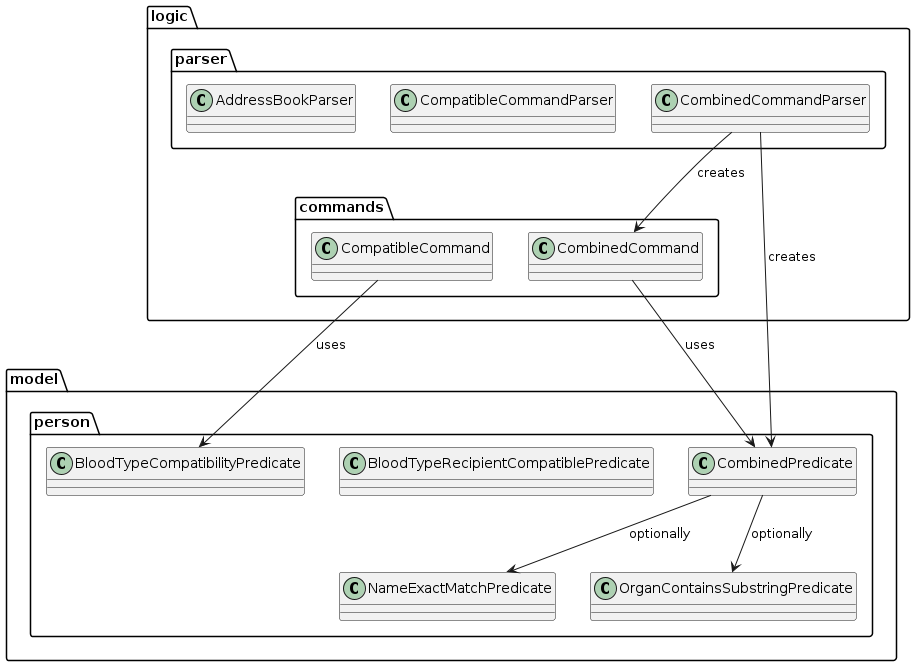
The PlantUML diagram diagrams/CombinedCompatibleClassDiagram.png in IsaiahToh/tp, before a commit. Its source is kept beside it as diagrams/CombinedCompatibleClassDiagram.puml.
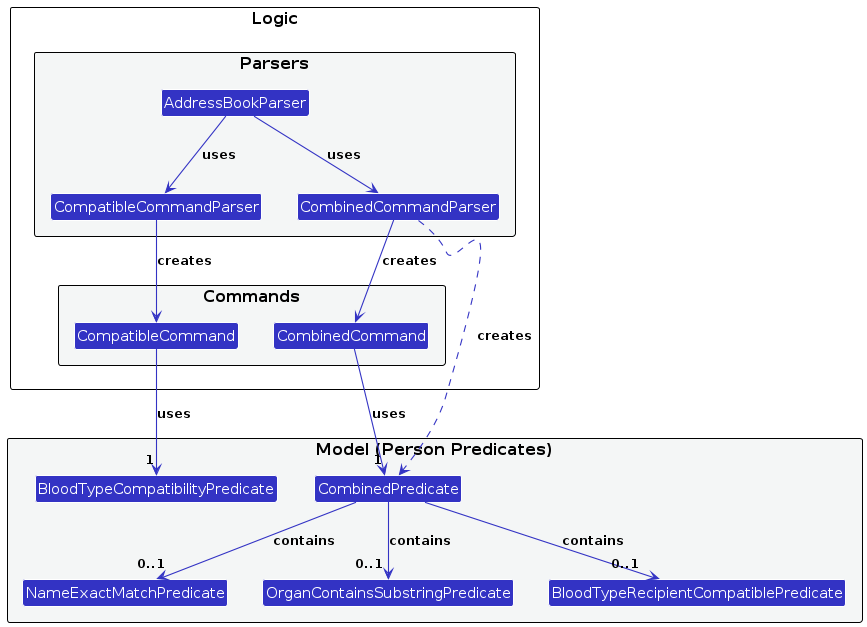
Above is the later version.

What changed in the source:
```diff
@@ -1,31 +1,43 @@
 @startuml
-skinparam classAttributeIconSize 0
+!include style.puml
+skinparam arrowThickness 1.1
+skinparam arrowColor LOGIC_COLOR
+skinparam classBackgroundColor LOGIC_COLOR
 
-package "logic.commands" {
-  class CombinedCommand
-  class CompatibleCommand
+package Logic as LogicPackage {
+
+package "Commands" #F4F6F6 {
+Class CombinedCommand
+Class CompatibleCommand
 }
 
-package "logic.parser" {
-  class CombinedCommandParser
-  class CompatibleCommandParser
-  class AddressBookParser
+package "Parsers" #F4F6F6 {
+Class CombinedCommandParser
+Class CompatibleCommandParser
+Class AddressBookParser
 }
 
-package "model.person" {
-  class CombinedPredicate
-  class NameExactMatchPredicate
-  class OrganContainsSubstringPredicate
-  class BloodTypeRecipientCompatiblePredicate
-  class BloodTypeCompatibilityPredicate
 }
 
-CombinedCommand --> CombinedPredicate : uses
-CompatibleCommand --> BloodTypeCompatibilityPredicate : uses
+package "Model (Person Predicates)" as ModelPackage #F4F6F6 {
+Class CombinedPredicate
+Class NameExactMatchPredicate
+Class OrganContainsSubstringPredicate
+Class BloodTypeRecipientCompatiblePredicate
+Class BloodTypeCompatibilityPredicate
+}
 
-CombinedCommandParser --> CombinedCommand : creates
-CombinedCommandParser --> CombinedPredicate : creates
-CombinedPredicate --> NameExactMatchPredicate : optionally
-CombinedPredicate --> OrganContainsSubstringPredicate : optionally
+CombinedCommandParser -down-> CombinedCommand : creates
+CompatibleCommandParser -down-> CompatibleCommand : creates
+AddressBookParser -down-> CombinedCommandParser : uses
+AddressBookParser -down-> CompatibleCommandParser : uses
+
+CombinedCommand -down-> "1" CombinedPredicate : uses
+CompatibleCommand -down-> "1" BloodTypeCompatibilityPredicate : uses
+
+CombinedCommandParser .down.> CombinedPredicate : creates
+CombinedPredicate -down-> "0..1" NameExactMatchPredicate : contains
+CombinedPredicate -down-> "0..1" OrganContainsSubstringPredicate : contains
+CombinedPredicate -down-> "0..1" BloodTypeRecipientCompatiblePredicate : contains
 
 @enduml
```
